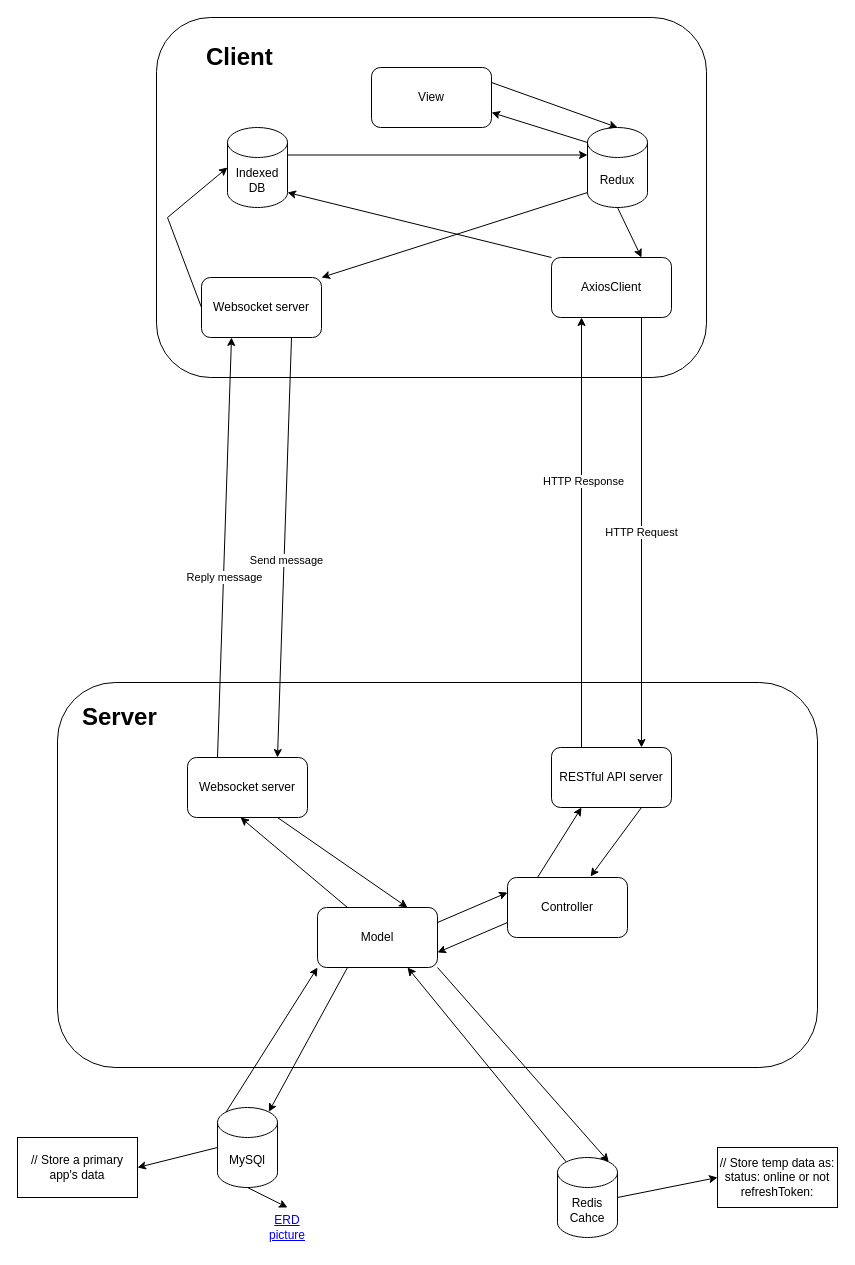
The draw.io diagram Untitled Diagram.drawio in caophuoclong/chatapp, before the edit. Source tidied: cells renumbered, new cells numbered last; positions are measured from the earlier drawing's top-left corner, leaving out a move shared by most shapes. Both pictures are drawn from the tidied source at 100%, with x=0, y=0 at pixel (17, 17).
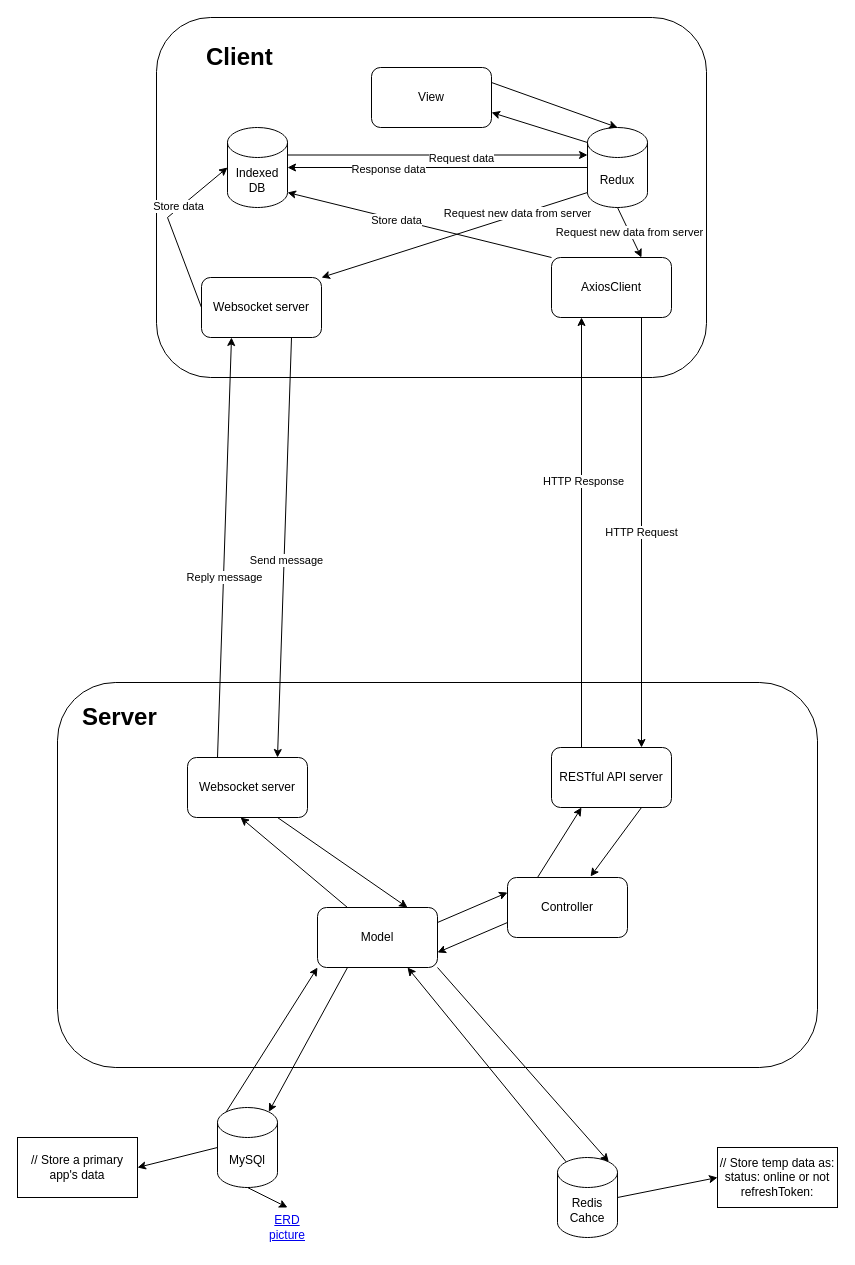
The same page after the edit.

The change refers to these unchanged cells:
```xml
<mxCell id="11" value="Redux" style="shape=cylinder3;whiteSpace=wrap;html=1;boundedLbl=1;backgroundOutline=1;size=15;" parent="1" vertex="1">
  <mxGeometry x="570" y="110" width="60" height="80" as="geometry" />
</mxCell>
<mxCell id="14" value="Indexed&lt;br&gt;DB" style="shape=cylinder3;whiteSpace=wrap;html=1;boundedLbl=1;backgroundOutline=1;size=15;" parent="1" vertex="1">
  <mxGeometry x="210" y="110" width="60" height="80" as="geometry" />
</mxCell>
<mxCell id="15" value="AxiosClient" style="rounded=1;whiteSpace=wrap;html=1;" parent="1" vertex="1">
  <mxGeometry x="534" y="240" width="120" height="60" as="geometry" />
</mxCell>
<mxCell id="40" style="endArrow=classic;html=1;rounded=0;exitX=1;exitY=0;exitDx=0;exitDy=27.5;exitPerimeter=0;entryX=0;entryY=0;entryDx=0;entryDy=27.5;entryPerimeter=0;" parent="1" edge="1" source="14" target="11">
  <mxGeometry relative="1" as="geometry" />
</mxCell>
<mxCell id="41" style="endArrow=classic;html=1;rounded=0;entryX=0;entryY=0.5;entryDx=0;entryDy=0;entryPerimeter=0;exitX=0;exitY=0.5;exitDx=0;exitDy=0;" parent="1" edge="1" source="16" target="14">
  <mxGeometry relative="1" as="geometry">
    <Array as="points">
      <mxPoint x="150" y="200" />
    </Array>
  </mxGeometry>
</mxCell>
<mxCell id="43" style="endArrow=classic;html=1;rounded=0;entryX=1;entryY=1;entryDx=0;entryDy=-15;entryPerimeter=0;exitX=0;exitY=0;exitDx=0;exitDy=0;" parent="1" edge="1" source="15" target="14">
  <mxGeometry relative="1" as="geometry" />
</mxCell>
<mxCell id="46" style="endArrow=classic;html=1;rounded=0;entryX=1;entryY=0;entryDx=0;entryDy=0;exitX=0;exitY=1;exitDx=0;exitDy=-15;exitPerimeter=0;" parent="1" edge="1" source="11" target="16">
  <mxGeometry relative="1" as="geometry" />
</mxCell>
```

The edit, as a diff of the source:
```diff
@@
+    <mxCell id="47" value="Request data" style="edgeLabel;html=1;align=center;verticalAlign=middle;" parent="40" vertex="1">
+      <mxGeometry x="0.15" y="-2" relative="1" as="geometry">
+        <mxPoint y="1" as="offset" />
+      </mxGeometry>
+    </mxCell>
@@
+    <mxCell id="48" value="Store data" style="edgeLabel;html=1;align=center;verticalAlign=middle;" parent="41" vertex="1">
+      <mxGeometry x="0.29" y="2" relative="1" as="geometry" />
+    </mxCell>
@@
+    <mxCell id="49" value="Store data" style="edgeLabel;html=1;align=center;verticalAlign=middle;" parent="43" vertex="1">
+      <mxGeometry x="0.18" y="1" relative="1" as="geometry" />
+    </mxCell>
@@
-    <mxCell id="45" style="endArrow=classic;html=1;rounded=0;entryX=0.75;entryY=0;entryDx=0;entryDy=0;exitX=0.5;exitY=1;exitDx=0;exitDy=0;exitPerimeter=0;" parent="1" edge="1" source="11" target="15">
+    <mxCell id="45" value="Request new data from server" style="endArrow=classic;html=1;rounded=0;entryX=0.75;entryY=0;entryDx=0;entryDy=0;exitX=0.5;exitY=1;exitDx=0;exitDy=0;exitPerimeter=0;" parent="1" edge="1" source="11" target="15">
       <mxGeometry relative="1" as="geometry" />
     </mxCell>
@@
+    <mxCell id="50" value="Request new data from server" style="edgeLabel;html=1;align=center;verticalAlign=middle;" parent="46" vertex="1">
+      <mxGeometry x="-0.48" y="-2" relative="1" as="geometry" />
+    </mxCell>
+    <mxCell id="51" style="endArrow=classic;html=1;rounded=0;entryX=1;entryY=0.5;entryDx=0;entryDy=0;entryPerimeter=0;exitX=0;exitY=0.5;exitDx=0;exitDy=0;exitPerimeter=0;" parent="1" edge="1" source="11" target="14">
+      <mxGeometry relative="1" as="geometry" />
+    </mxCell>
+    <mxCell id="52" value="Response data" style="edgeLabel;html=1;align=center;verticalAlign=middle;" parent="51" vertex="1">
+      <mxGeometry x="0.33" y="1" relative="1" as="geometry" />
+    </mxCell>
```
